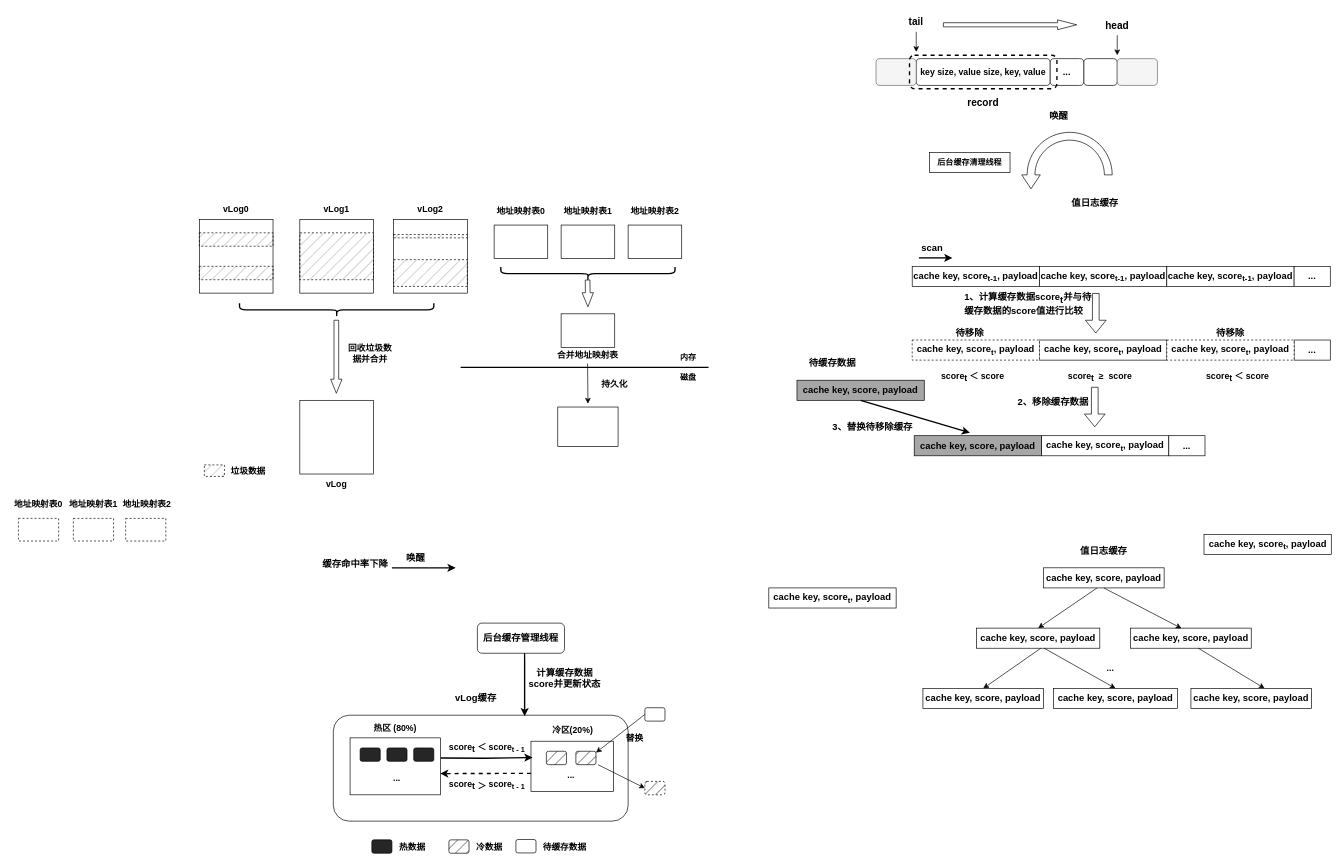
yeqiyi/drawIO keeps this draw.io diagram as page "第 2 页" (2 of 8) of RabbitKV.drawio. Above is the earlier version. Source tidied: cells renumbered, new cells numbered last; positions are measured from the earlier drawing's top-left corner, leaving out a move shared by most shapes. Both pictures are drawn from the tidied source at 67%, with x=0, y=0 at pixel (11, 11).
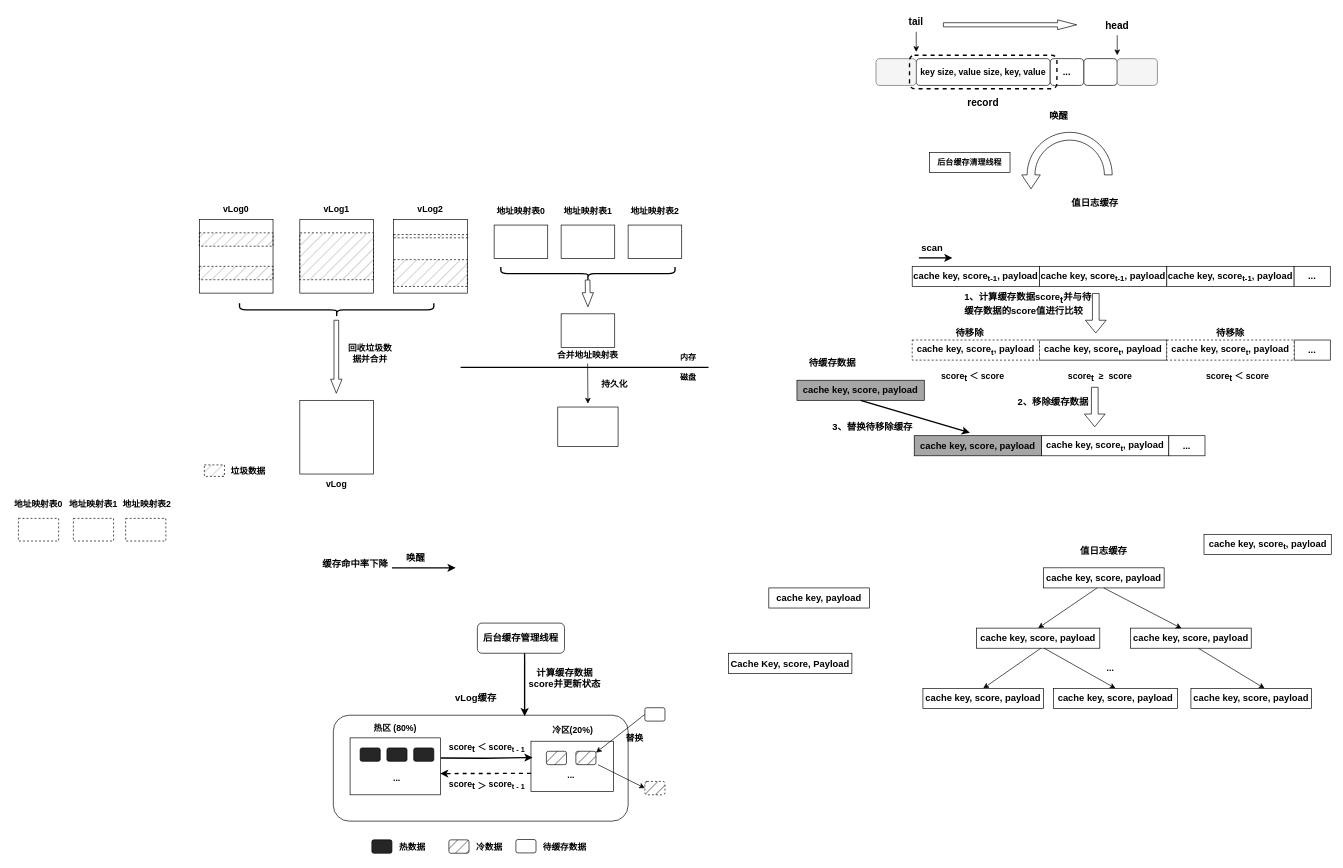
After the change.

Change to the diagram source:
```diff
@@
-    <mxCell id="35" value="&lt;b&gt;&lt;font style=&quot;font-size: 14px;&quot;&gt;cache key, score&lt;sub&gt;t&lt;/sub&gt;, payload&lt;/font&gt;&lt;/b&gt;" style="rounded=0;whiteSpace=wrap;html=1;" parent="1" vertex="1">
-      <mxGeometry x="1130" y="860" width="190" height="30" as="geometry" />
+    <mxCell id="35" value="&lt;b&gt;&lt;font style=&quot;font-size: 14px;&quot;&gt;cache key, payload&lt;/font&gt;&lt;/b&gt;" style="rounded=0;whiteSpace=wrap;html=1;" parent="1" vertex="1">
+      <mxGeometry x="1130" y="860" width="150" height="30" as="geometry" />
     </mxCell>
@@
+    <mxCell id="133" value="&lt;b&gt;&lt;font style=&quot;font-size: 14px;&quot;&gt;Cache Key, score, Payload&lt;/font&gt;&lt;/b&gt;" style="rounded=0;whiteSpace=wrap;html=1;" parent="1" vertex="1">
+      <mxGeometry x="1070" y="957.5" width="184" height="30" as="geometry" />
+    </mxCell>
```
